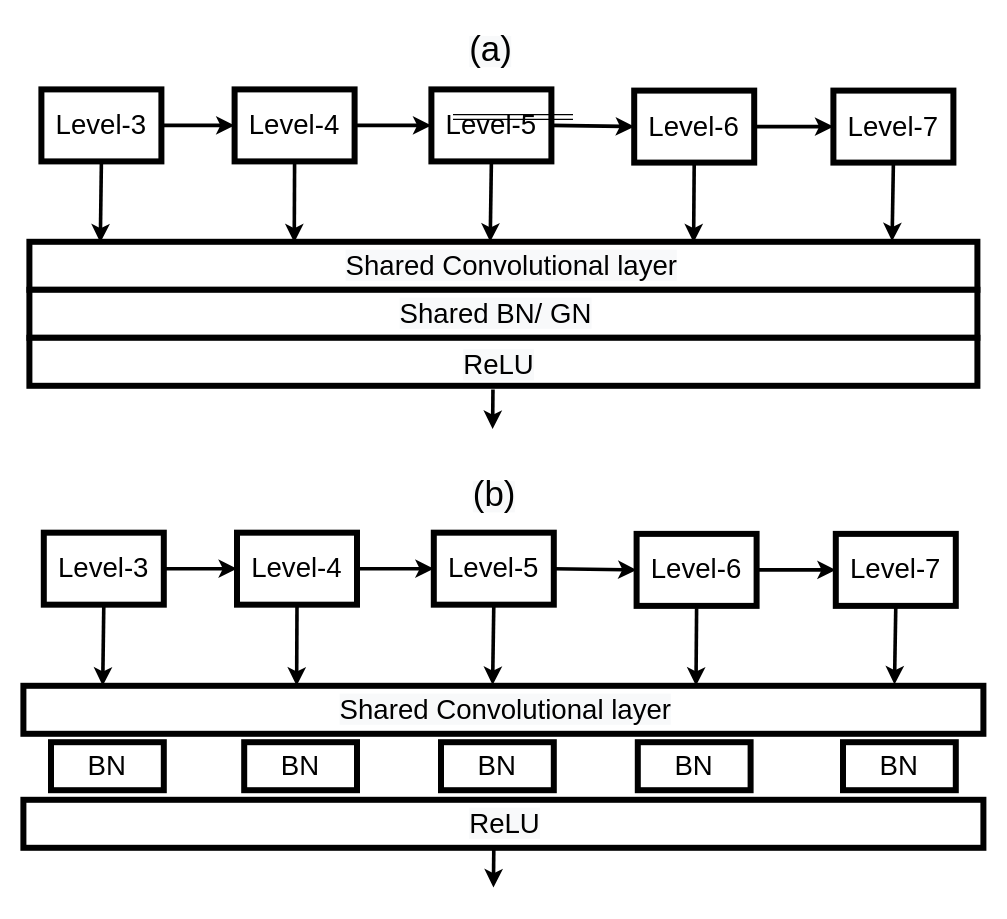
Before: page "Multi-level BN" (2 of 3) of quantization/Quantization.drawio in irving-qin/draw.io, a draw.io diagram. Source tidied: cells renumbered, new cells numbered last; positions are measured from the earlier drawing's top-left corner, leaving out a move shared by most shapes. Both pictures are drawn from the tidied source at 120%, with x=0, y=0 at pixel (23, 20).
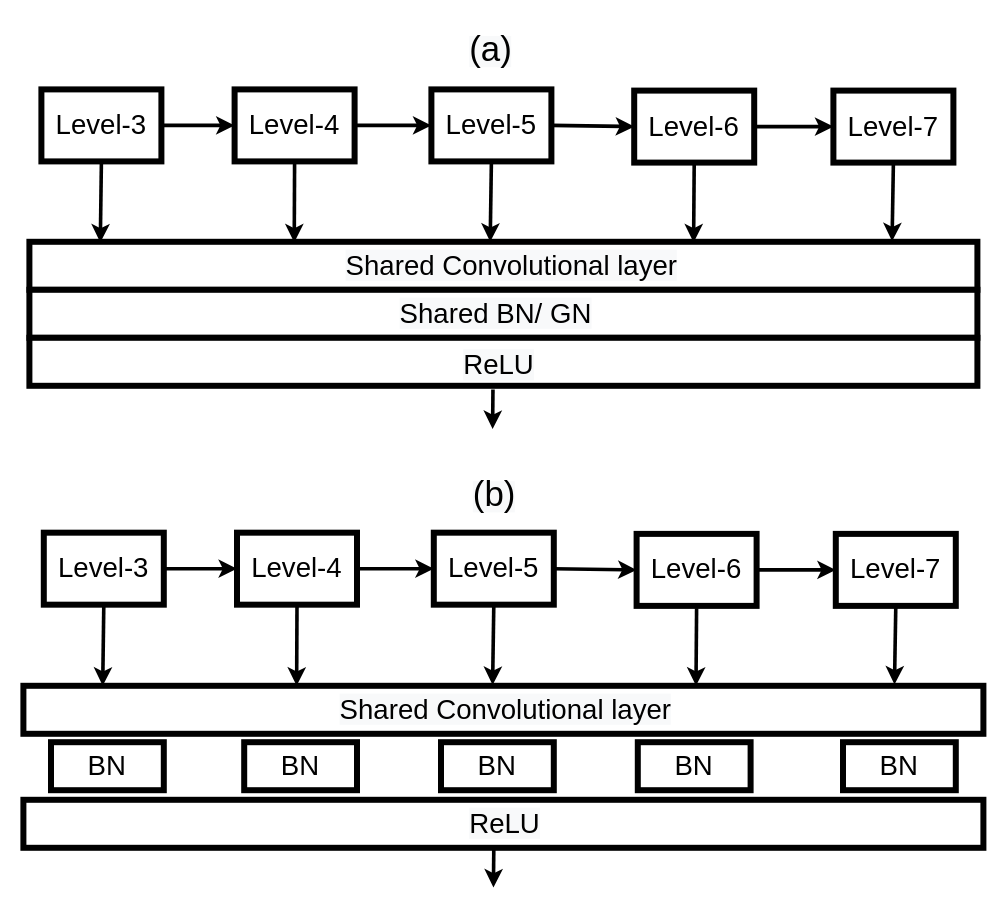
After the change.

Diff of the diagram source:
```diff
@@
-    <mxCell id="51" style="shape=link;html=1;" parent="1" edge="1">
-      <mxGeometry relative="1" as="geometry">
-        <mxPoint x="358" y="80" as="sourcePoint" />
-        <mxPoint x="458" y="80" as="targetPoint" />
-      </mxGeometry>
-    </mxCell>
```
